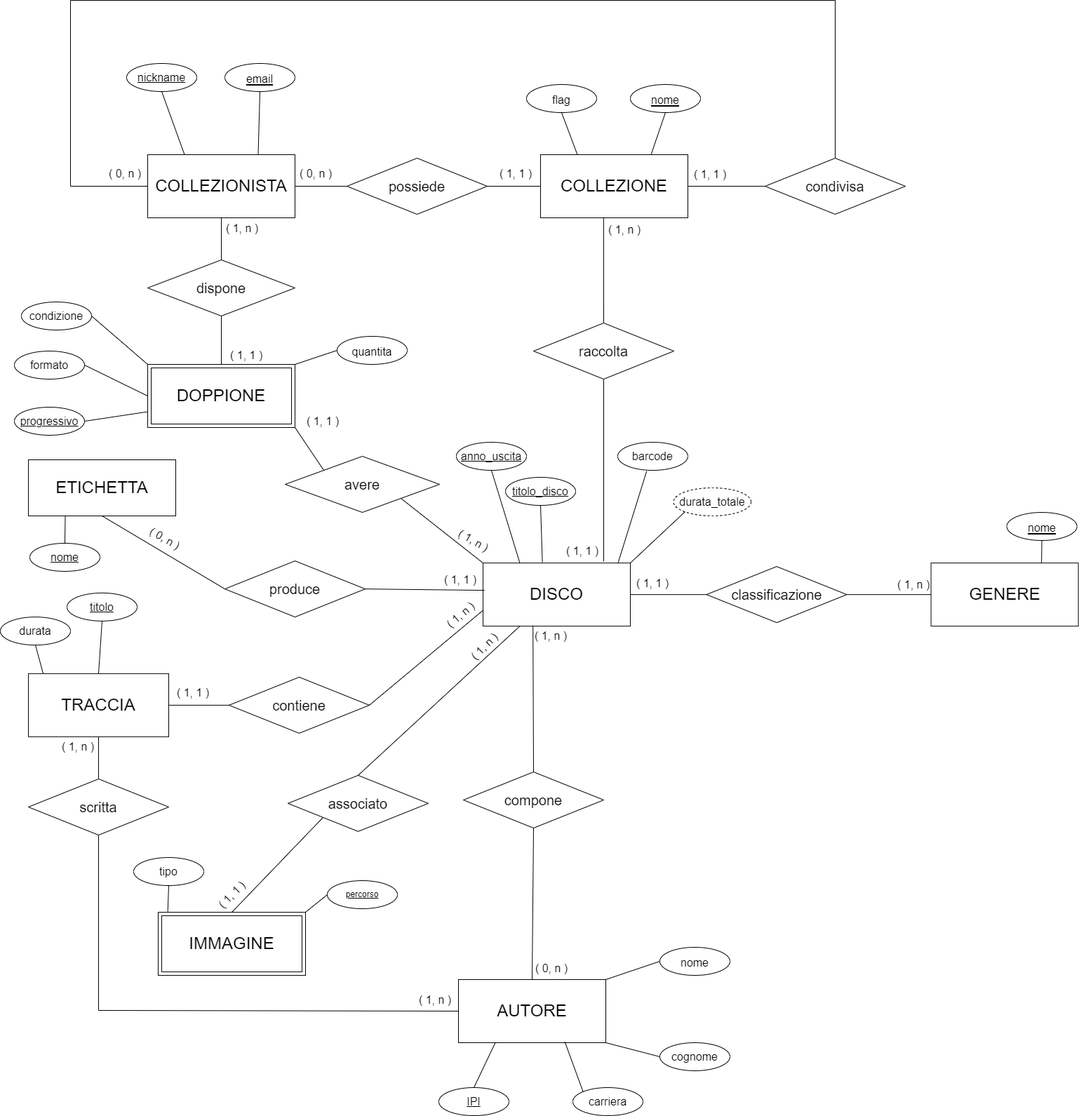
Earlier version of the draw.io export SCHEMA_ER_Progetto Imagine.drawio.png (maryluuuu/db-collectors). Source tidied: cells renumbered, new cells last; positions are measured from the earlier drawing's top-left corner, leaving out a move shared by most shapes.
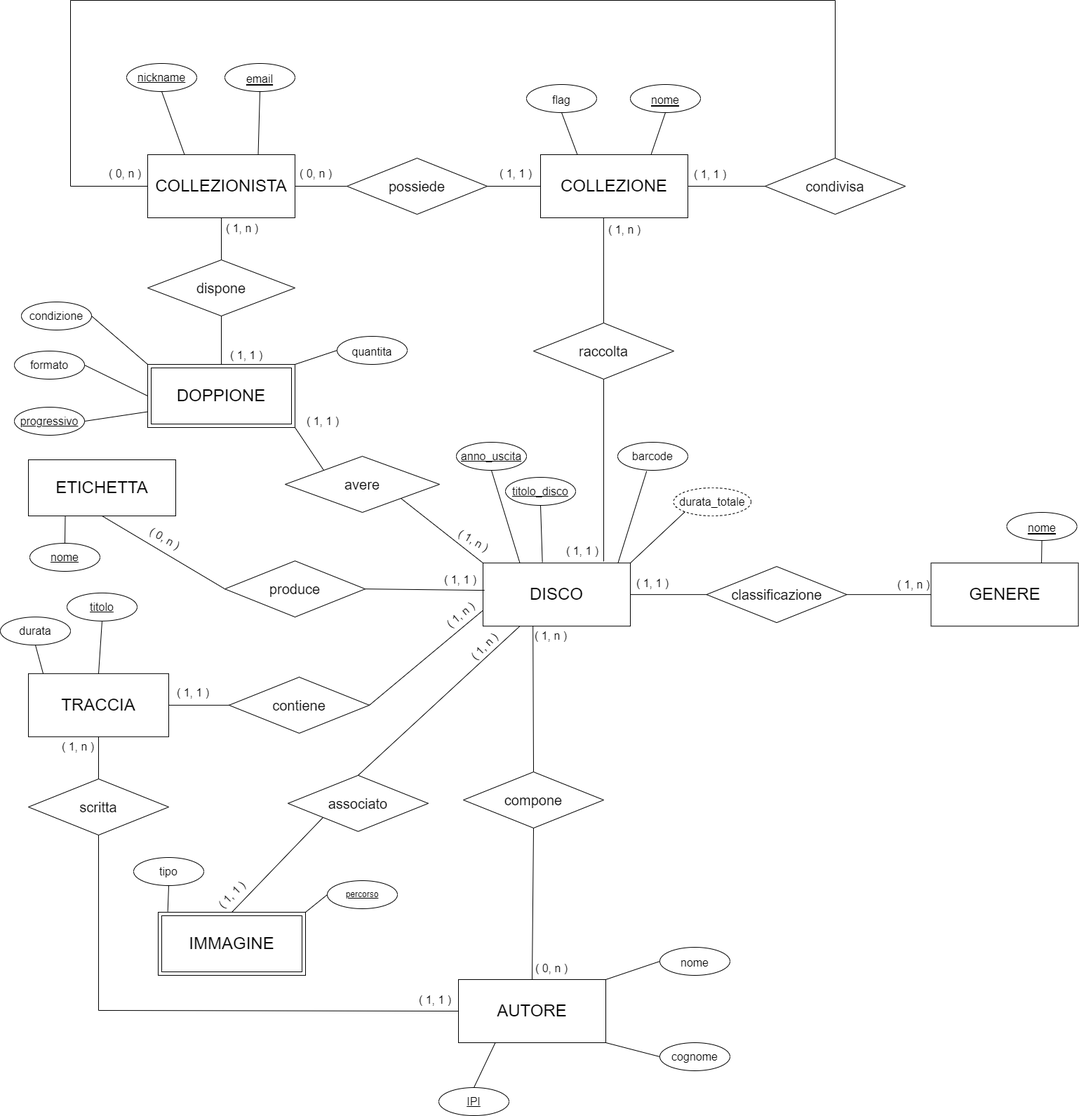
The same diagram one commit later.

The edit, as a diff of the source:
```diff
@@ -232,7 +232,7 @@
     <mxCell id="75" value="( 1, 1 )" style="text;html=1;strokeColor=none;fillColor=none;align=center;verticalAlign=middle;whiteSpace=wrap;rounded=0;fontSize=16;rotation=-45;" parent="1" vertex="1">
       <mxGeometry x="300" y="1260" width="60" height="30" as="geometry" />
     </mxCell>
-    <mxCell id="76" value="( 1, n )" style="text;html=1;strokeColor=none;fillColor=none;align=center;verticalAlign=middle;whiteSpace=wrap;rounded=0;fontSize=16;" parent="1" vertex="1">
+    <mxCell id="76" value="( 1, 1 )" style="text;html=1;strokeColor=none;fillColor=none;align=center;verticalAlign=middle;whiteSpace=wrap;rounded=0;fontSize=16;" parent="1" vertex="1">
       <mxGeometry x="590" y="1410" width="60" height="30" as="geometry" />
     </mxCell>
     <mxCell id="77" value="&lt;font style=&quot;font-size: 16px;&quot;&gt;( 1, n )&lt;/font&gt;" style="text;html=1;strokeColor=none;fillColor=none;align=center;verticalAlign=middle;whiteSpace=wrap;rounded=0;fontSize=24;" parent="1" vertex="1">
@@ -337,11 +337,5 @@
     <mxCell id="108" style="endArrow=none;html=1;rounded=0;entryX=0;entryY=0.5;entryDx=0;entryDy=0;exitX=1;exitY=0;exitDx=0;exitDy=0;" parent="1" edge="1" source="78" target="107">
       <mxGeometry relative="1" as="geometry" />
     </mxCell>
-    <mxCell id="109" style="endArrow=none;html=1;rounded=0;entryX=0.722;entryY=0.986;entryDx=0;entryDy=0;entryPerimeter=0;exitX=0;exitY=0;exitDx=0;exitDy=0;" parent="1" edge="1" source="110" target="38">
-      <mxGeometry relative="1" as="geometry" />
-    </mxCell>
-    <mxCell id="110" value="&lt;font style=&quot;font-size: 16px;&quot;&gt;carriera&lt;/font&gt;" style="ellipse;whiteSpace=wrap;html=1;align=center;" parent="1" vertex="1">
-      <mxGeometry x="816" y="1550" width="100" height="40" as="geometry" />
-    </mxCell>
   </root>
 </mxGraphModel>
```
